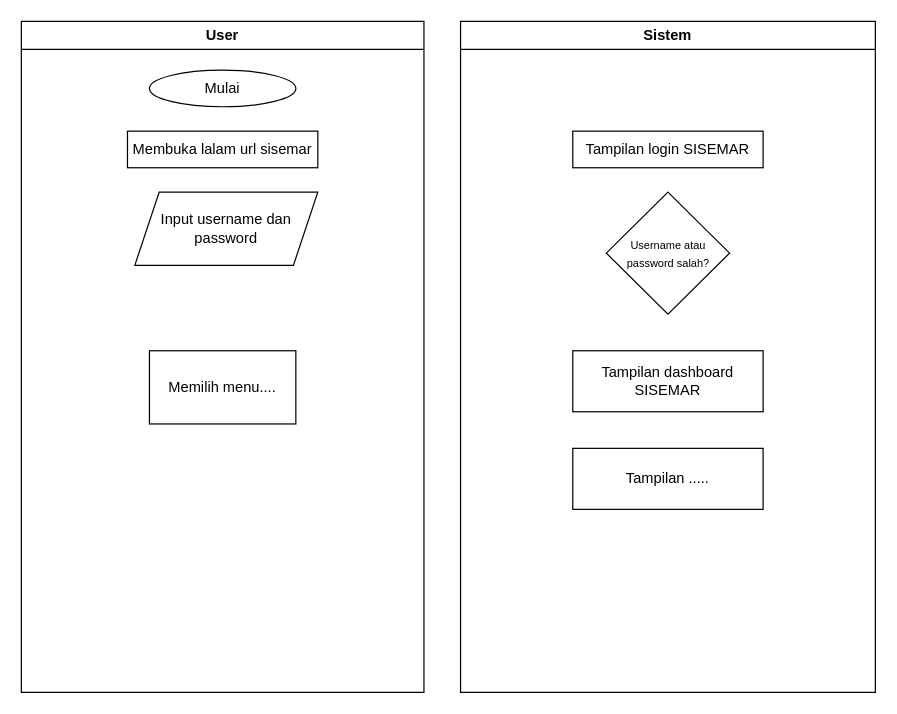
Earlier version of the draw.io diagram Flowchart SISEMAR.drawio (ArfiaLatifah/ArfiaLatifah). Source tidied: cells renumbered, new cells numbered last; positions are measured from the earlier drawing's top-left corner, leaving out a move shared by most shapes. Both pictures are drawn from the tidied source at 122%, with x=0, y=0 at pixel (21, 21).
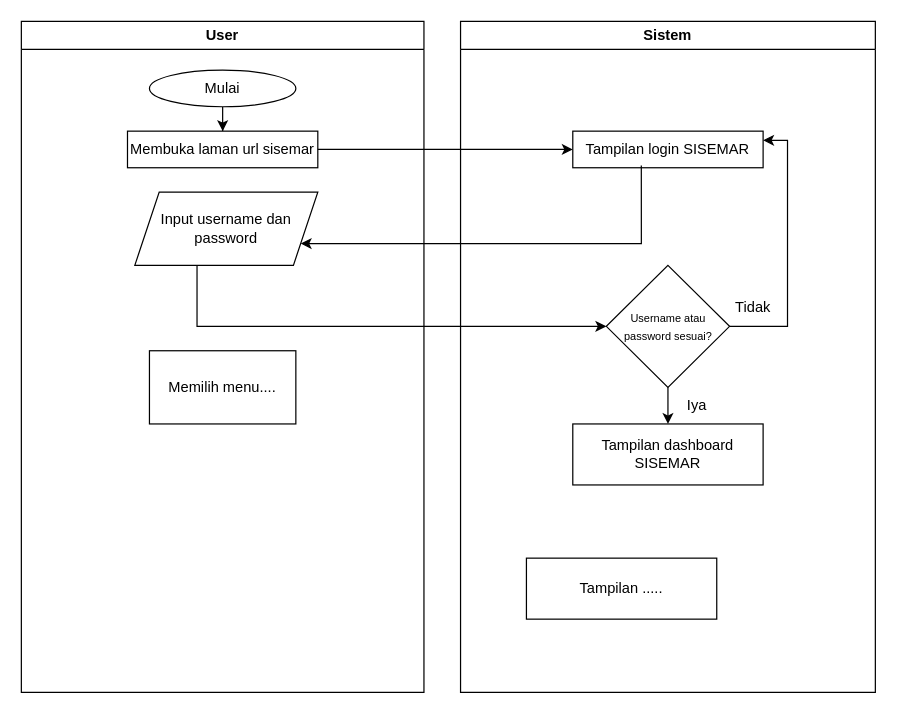
Above is the later version.

The change refers to these unchanged cells:
```xml
<mxCell id="2" value="User" style="swimlane;whiteSpace=wrap;html=1;" parent="1" vertex="1">
  <mxGeometry width="330" height="550" as="geometry" />
</mxCell>
<mxCell id="3" value="Mulai" style="ellipse;whiteSpace=wrap;html=1;" parent="2" vertex="1">
  <mxGeometry x="105" y="40" width="120" height="30" as="geometry" />
</mxCell>
<mxCell id="5" value="Input username dan password" style="shape=parallelogram;perimeter=parallelogramPerimeter;whiteSpace=wrap;html=1;fixedSize=1;" parent="2" vertex="1">
  <mxGeometry x="93" y="140" width="150" height="60" as="geometry" />
</mxCell>
<mxCell id="7" value="Sistem" style="swimlane;whiteSpace=wrap;html=1;startSize=23;" parent="1" vertex="1">
  <mxGeometry x="360" width="340" height="550" as="geometry" />
</mxCell>
<mxCell id="8" value="Tampilan login SISEMAR" style="rounded=0;whiteSpace=wrap;html=1;" parent="7" vertex="1">
  <mxGeometry x="92" y="90" width="156" height="30" as="geometry" />
</mxCell>
```

The edit, as a diff of the source:
```diff
@@
+    <mxCell id="12" style="edgeStyle=orthogonalEdgeStyle;rounded=0;jettySize=auto;html=1;" parent="2" edge="1" source="3" target="4">
+      <mxGeometry relative="1" as="geometry" />
+    </mxCell>
@@
-    <mxCell id="4" value="Membuka lalam url sisemar" style="rounded=0;whiteSpace=wrap;html=1;" parent="2" vertex="1">
+    <mxCell id="4" value="Membuka laman url sisemar" style="rounded=0;whiteSpace=wrap;html=1;" parent="2" vertex="1">
       <mxGeometry x="87" y="90" width="156" height="30" as="geometry" />
     </mxCell>
@@
+    <mxCell id="13" style="edgeStyle=orthogonalEdgeStyle;rounded=0;jettySize=auto;html=1;" parent="7" edge="1" source="9" target="10">
+      <mxGeometry relative="1" as="geometry" />
+    </mxCell>
+    <mxCell id="14" style="edgeStyle=orthogonalEdgeStyle;rounded=0;jettySize=auto;html=1;entryX=1;entryY=0.25;entryDx=0;entryDy=0;" parent="7" edge="1" source="9" target="8">
+      <mxGeometry relative="1" as="geometry">
+        <Array as="points">
+          <mxPoint x="268" y="250" />
+          <mxPoint x="268" y="98" />
+        </Array>
+      </mxGeometry>
+    </mxCell>
-    <mxCell id="9" value="&lt;font style=&quot;font-size: 9px;&quot;&gt;Username atau password salah?&lt;/font&gt;" style="rhombus;whiteSpace=wrap;html=1;" parent="7" vertex="1">
-      <mxGeometry x="119.5" y="140" width="101" height="100" as="geometry" />
+    <mxCell id="9" value="&lt;font style=&quot;font-size: 9px;&quot;&gt;Username atau password sesuai?&lt;/font&gt;" style="rhombus;whiteSpace=wrap;html=1;" parent="7" vertex="1">
+      <mxGeometry x="119.5" y="200" width="101" height="100" as="geometry" />
     </mxCell>
     <mxCell id="10" value="Tampilan dashboard SISEMAR" style="rounded=0;whiteSpace=wrap;html=1;" parent="7" vertex="1">
-      <mxGeometry x="92" y="270" width="156" height="50" as="geometry" />
+      <mxGeometry x="92" y="330" width="156" height="50" as="geometry" />
     </mxCell>
     <mxCell id="11" value="Tampilan ....." style="rounded=0;whiteSpace=wrap;html=1;" parent="7" vertex="1">
-      <mxGeometry x="92" y="350" width="156" height="50" as="geometry" />
+      <mxGeometry x="54" y="440" width="156" height="50" as="geometry" />
     </mxCell>
+    <mxCell id="15" value="Iya" style="text;html=1;align=center;verticalAlign=middle;whiteSpace=wrap;rounded=0;" parent="7" vertex="1">
+      <mxGeometry x="164" y="300" width="60" height="30" as="geometry" />
+    </mxCell>
+    <mxCell id="16" value="Tidak" style="text;html=1;align=center;verticalAlign=middle;whiteSpace=wrap;rounded=0;" parent="7" vertex="1">
+      <mxGeometry x="210" y="220" width="60" height="30" as="geometry" />
+    </mxCell>
+    <mxCell id="17" style="edgeStyle=orthogonalEdgeStyle;rounded=0;jettySize=auto;html=1;" parent="1" edge="1" source="4" target="8">
+      <mxGeometry relative="1" as="geometry" />
+    </mxCell>
+    <mxCell id="18" style="edgeStyle=orthogonalEdgeStyle;rounded=0;jettySize=auto;html=1;entryX=1;entryY=0.75;entryDx=0;entryDy=0;exitX=0.36;exitY=0.939;exitDx=0;exitDy=0;exitPerimeter=0;" parent="1" edge="1" source="8" target="5">
+      <mxGeometry relative="1" as="geometry">
+        <Array as="points">
+          <mxPoint x="508" y="182" />
+        </Array>
+      </mxGeometry>
+    </mxCell>
+    <mxCell id="19" style="edgeStyle=orthogonalEdgeStyle;rounded=0;jettySize=auto;html=1;entryX=0;entryY=0.5;entryDx=0;entryDy=0;" parent="1" edge="1" source="5" target="9">
+      <mxGeometry relative="1" as="geometry">
+        <Array as="points">
+          <mxPoint x="144" y="250" />
+        </Array>
+      </mxGeometry>
+    </mxCell>
```
